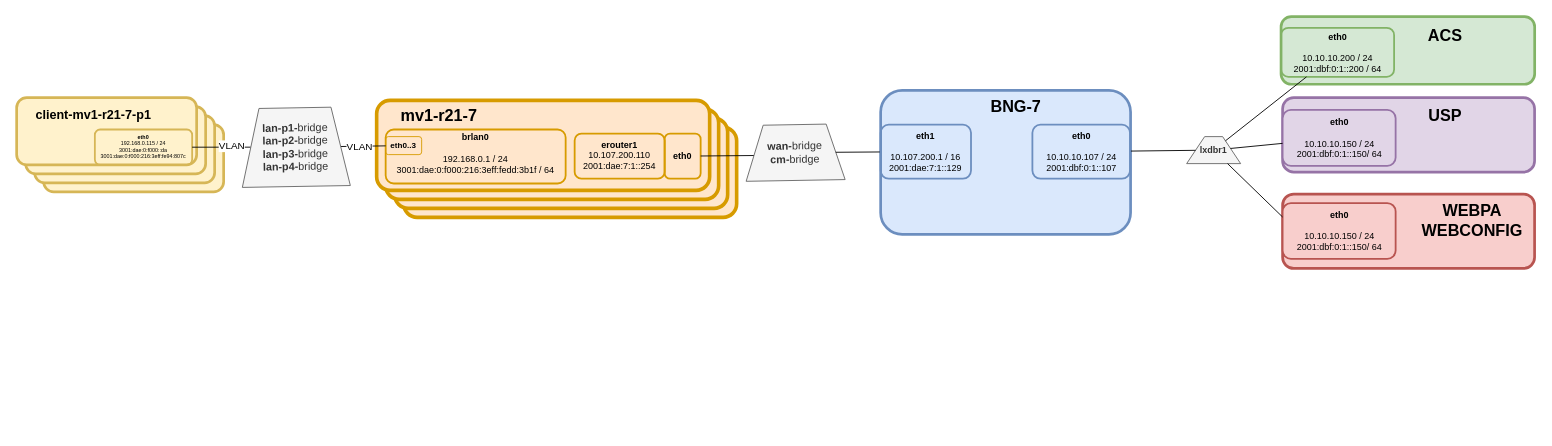
robvogelaar/robvogelaar.github.io keeps this draw.io diagram as page "Page-2" (2 of 2) of drawio/containers.drawio. Above is the earlier version. Source tidied: cells renumbered, new cells numbered last; positions are measured from the earlier drawing's top-left corner, leaving out a move shared by most shapes. Both pictures are drawn from the tidied source at 90%, with x=0, y=0 at pixel (16, 16).
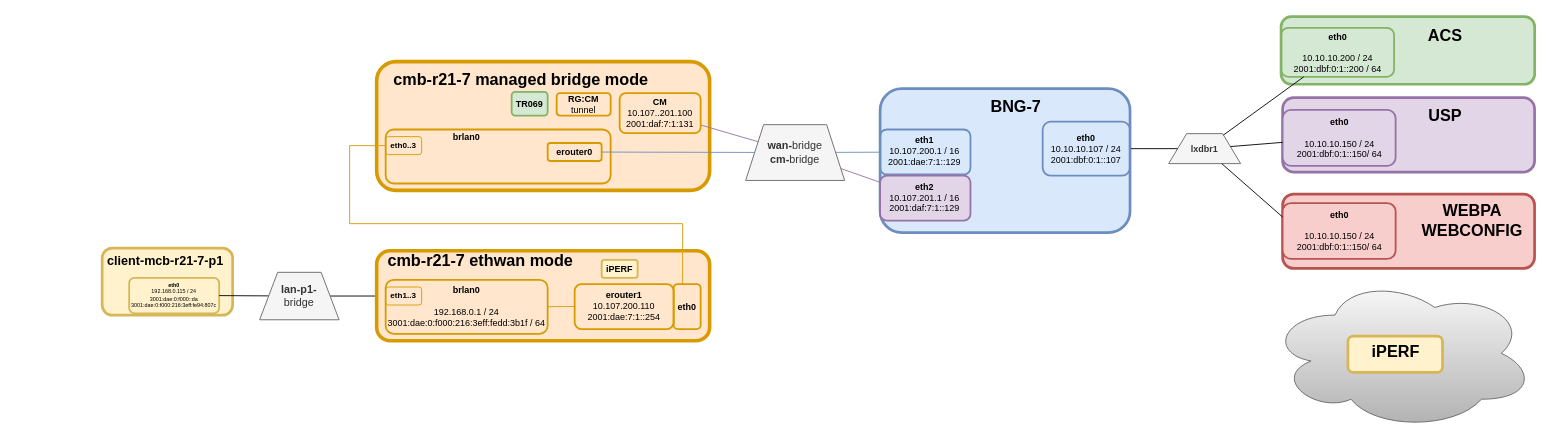
The same diagram, later.

The change refers to these unchanged cells:
```xml
<mxCell id="12" value="&lt;b style=&quot;font-size: 9px;&quot;&gt;eth0..3&lt;/b&gt;" style="rounded=1;whiteSpace=wrap;html=1;fillColor=none;strokeColor=#d79b00;fontSize=9;" parent="1" vertex="1">
  <mxGeometry x="410" y="133.3" width="40" height="20" as="geometry" />
</mxCell>
<mxCell id="37" style="endArrow=none;html=1;rounded=0;fontSize=9;exitX=1;exitY=0.5;exitDx=0;exitDy=0;" parent="1" edge="1" source="35" target="39">
  <mxGeometry relative="1" as="geometry" />
</mxCell>
```

Diff of the diagram source:
```diff
@@
-    <mxCell id="2" style="rounded=1;whiteSpace=wrap;html=1;fillColor=#ffe6cc;strokeColor=#d79b00;fillStyle=auto;strokeWidth=4;fontSize=9;" parent="1" vertex="1">
-      <mxGeometry x="430" y="123" width="370" height="100" as="geometry" />
-    </mxCell>
-    <mxCell id="3" style="rounded=1;whiteSpace=wrap;html=1;fillColor=#ffe6cc;strokeColor=#d79b00;fillStyle=auto;strokeWidth=4;fontSize=9;" parent="1" vertex="1">
-      <mxGeometry x="420" y="113" width="370" height="100" as="geometry" />
-    </mxCell>
-    <mxCell id="4" style="rounded=1;whiteSpace=wrap;html=1;fillColor=#ffe6cc;strokeColor=#d79b00;fillStyle=auto;strokeWidth=4;fontSize=9;" parent="1" vertex="1">
-      <mxGeometry x="410" y="103" width="370" height="100" as="geometry" />
-    </mxCell>
-    <mxCell id="5" style="rounded=1;whiteSpace=wrap;html=1;fillColor=#fff2cc;strokeColor=#d6b656;strokeWidth=3;fontSize=9;" parent="1" vertex="1">
-      <mxGeometry x="30" y="120" width="200" height="74.6" as="geometry" />
-    </mxCell>
-    <mxCell id="6" style="rounded=1;whiteSpace=wrap;html=1;fillColor=#fff2cc;strokeColor=#d6b656;strokeWidth=3;fontSize=9;" parent="1" vertex="1">
-      <mxGeometry x="20" y="110" width="200" height="74.6" as="geometry" />
-    </mxCell>
-    <mxCell id="7" style="rounded=1;whiteSpace=wrap;html=1;fillColor=#fff2cc;strokeColor=#d6b656;strokeWidth=3;fontSize=9;" parent="1" vertex="1">
-      <mxGeometry x="10" y="100" width="200" height="74.6" as="geometry" />
-    </mxCell>
+    <mxCell id="44" style="ellipse;shape=cloud;whiteSpace=wrap;html=1;fontSize=9;fillColor=#f5f5f5;gradientColor=#b3b3b3;strokeColor=#666666;" parent="1" vertex="1">
+      <mxGeometry x="1390.9" y="289.1" width="295.8" height="170" as="geometry" />
+    </mxCell>
     <mxCell id="8" style="rounded=1;whiteSpace=wrap;html=1;fillColor=#ffe6cc;strokeColor=#d79b00;fillStyle=auto;strokeWidth=4;fontSize=9;" parent="1" vertex="1">
-      <mxGeometry x="400" y="93" width="370" height="100" as="geometry" />
+      <mxGeometry x="400" y="50" width="370" height="143" as="geometry" />
     </mxCell>
-    <mxCell id="9" value="&lt;b style=&quot;font-size: 18px;&quot;&gt;mv1-r21-7&lt;/b&gt;" style="text;html=1;align=center;verticalAlign=middle;strokeColor=none;fillColor=none;fontSize=18;fontColor=default;fontStyle=0;" parent="1" vertex="1">
-      <mxGeometry x="414.1" y="90" width="110" height="40" as="geometry" />
+    <mxCell id="9" value="&lt;b style=&quot;font-size: 18px;&quot;&gt;cmb-r21-7 managed bridge mode&lt;/b&gt;" style="text;html=1;align=center;verticalAlign=middle;strokeColor=none;fillColor=none;fontSize=18;fontColor=default;fontStyle=0;" parent="1" vertex="1">
+      <mxGeometry x="405" y="50" width="310" height="40" as="geometry" />
     </mxCell>
     <mxCell id="10" style="rounded=1;whiteSpace=wrap;html=1;fillColor=none;strokeColor=#d79b00;strokeWidth=2;fontSize=9;" parent="1" vertex="1">
-      <mxGeometry x="410" y="125.4" width="200" height="60" as="geometry" />
+      <mxGeometry x="410" y="125.4" width="250" height="60" as="geometry" />
     </mxCell>
-    <mxCell id="11" value="&lt;font style=&quot;&quot;&gt;brlan0&lt;br&gt;&lt;span style=&quot;font-weight: normal;&quot;&gt;&lt;br&gt;192.168.0.1 / 24&lt;/span&gt;&lt;br&gt;&lt;span style=&quot;font-weight: 400;&quot;&gt;3001:dae:0:f000:216:3eff:fedd:3b1f&lt;/span&gt;&lt;span style=&quot;font-weight: normal;&quot;&gt;&amp;nbsp;/ 64&lt;/span&gt;&lt;br style=&quot;font-size: 10px;&quot;&gt;&lt;/font&gt;" style="text;strokeColor=none;align=center;fillColor=none;html=1;verticalAlign=top;whiteSpace=wrap;rounded=1;fontSize=10;fontStyle=1;" parent="1" vertex="1">
-      <mxGeometry x="410" y="122" width="200" height="60" as="geometry" />
+    <mxCell id="11" value="&lt;font style=&quot;&quot;&gt;brlan0&lt;br style=&quot;font-size: 10px;&quot;&gt;&lt;/font&gt;" style="text;strokeColor=none;align=center;fillColor=none;html=1;verticalAlign=top;whiteSpace=wrap;rounded=1;fontSize=10;fontStyle=1;" parent="1" vertex="1">
+      <mxGeometry x="410" y="122" width="180" height="60" as="geometry" />
     </mxCell>
@@
-    <mxCell id="13" value="eth0" style="rounded=1;whiteSpace=wrap;html=1;fillColor=none;strokeColor=#d79b00;fontSize=10;fontStyle=1;strokeWidth=2;" parent="1" vertex="1">
-      <mxGeometry x="720" y="130" width="40" height="50" as="geometry" />
-    </mxCell>
-    <mxCell id="14" value="&lt;b style=&quot;font-size: 10px;&quot;&gt;erouter1&lt;br&gt;&lt;/b&gt;10.107.200.110&lt;br&gt;2001:dae:7:1::254" style="rounded=1;whiteSpace=wrap;html=1;align=center;fillColor=none;strokeColor=#d79b00;fontSize=10;strokeWidth=2;verticalAlign=top;" parent="1" vertex="1">
-      <mxGeometry x="620" y="130" width="100" height="50" as="geometry" />
+    <mxCell id="14" value="&lt;b style=&quot;font-size: 10px;&quot;&gt;erouter0&lt;/b&gt;" style="rounded=1;whiteSpace=wrap;html=1;align=center;fillColor=none;strokeColor=#d79b00;fontSize=10;strokeWidth=2;verticalAlign=middle;" parent="1" vertex="1">
+      <mxGeometry x="590" y="140.4" width="60" height="20" as="geometry" />
     </mxCell>
-    <mxCell id="15" value="&lt;b style=&quot;font-size: 12px;&quot;&gt;wan-&lt;/b&gt;bridge&lt;div&gt;&lt;b style=&quot;font-size: 12px;&quot;&gt;cm-&lt;/b&gt;bridge&lt;br&gt;&lt;/div&gt;" style="shape=trapezoid;perimeter=trapezoidPerimeter;whiteSpace=wrap;html=1;fixedSize=1;fontSize=12;fillColor=#f5f5f5;fontColor=#333333;strokeColor=#666666;rotation=-1;verticalAlign=middle;" parent="1" vertex="1">
+    <mxCell id="15" value="&lt;b style=&quot;font-size: 12px;&quot;&gt;wan-&lt;/b&gt;bridge&lt;div&gt;&lt;b style=&quot;font-size: 12px;&quot;&gt;cm-&lt;/b&gt;bridge&lt;br&gt;&lt;/div&gt;" style="shape=trapezoid;perimeter=trapezoidPerimeter;whiteSpace=wrap;html=1;fixedSize=1;fontSize=12;fillColor=#f5f5f5;fontColor=#333333;strokeColor=#666666;rotation=0;verticalAlign=middle;" parent="1" vertex="1">
       <mxGeometry x="810" y="120" width="110" height="62" as="geometry" />
     </mxCell>
@@
-    <mxCell id="18" style="endArrow=none;html=1;rounded=0;fontSize=9;" parent="1" edge="1" source="39" target="12">
+    <mxCell id="18" style="endArrow=none;html=1;rounded=0;fontSize=9;" parent="1" edge="1" source="39" target="51">
       <mxGeometry relative="1" as="geometry" />
     </mxCell>
-    <mxCell id="19" value="VLAN" style="edgeLabel;html=1;align=center;verticalAlign=middle;" parent="18" vertex="1">
-      <mxGeometry x="-0.2" relative="1" as="geometry" />
-    </mxCell>
-    <mxCell id="20" style="endArrow=none;html=1;rounded=0;fontSize=9;" parent="1" edge="1" target="13">
-      <mxGeometry relative="1" as="geometry">
-        <mxPoint x="819" y="154.3" as="sourcePoint" />
-      </mxGeometry>
+    <mxCell id="20" style="endArrow=none;html=1;rounded=0;fontSize=9;fillColor=#dae8fc;strokeColor=#6c8ebf;" parent="1" edge="1" source="15" target="14">
+      <mxGeometry relative="1" as="geometry" />
     </mxCell>
     <mxCell id="21" style="rounded=1;whiteSpace=wrap;html=1;fillColor=#dae8fc;strokeColor=#6c8ebf;strokeWidth=3;fontSize=9;" parent="1" vertex="1">
-      <mxGeometry x="960" y="81.9" width="277.7" height="160" as="geometry" />
+      <mxGeometry x="959.4" y="80" width="277.7" height="160" as="geometry" />
     </mxCell>
-    <mxCell id="22" style="endArrow=none;html=1;rounded=0;fontSize=9;" parent="1" edge="1" source="15" target="29">
+    <mxCell id="22" style="endArrow=none;html=1;rounded=0;fontSize=9;fillColor=#dae8fc;strokeColor=#6c8ebf;" parent="1" edge="1" source="15" target="29">
       <mxGeometry relative="1" as="geometry" />
     </mxCell>
@@
     <mxCell id="25" value="&lt;font style=&quot;font-size: 10px;&quot;&gt;&lt;font style=&quot;font-size: 10px;&quot;&gt;lxdbr1&lt;/font&gt;&lt;/font&gt;" style="shape=trapezoid;perimeter=trapezoidPerimeter;whiteSpace=wrap;html=1;fixedSize=1;fontSize=10;fontStyle=1;fillColor=#f5f5f5;fontColor=#333333;strokeColor=#666666;" parent="1" vertex="1">
-      <mxGeometry x="1300" y="133.3" width="60" height="30" as="geometry" />
+      <mxGeometry x="1280" y="130" width="80" height="33.3" as="geometry" />
     </mxCell>
@@
-    <mxCell id="27" value="eth0&lt;br style=&quot;font-size: 10px;&quot;&gt;&lt;br style=&quot;font-size: 10px;&quot;&gt;&lt;span style=&quot;font-weight: normal;&quot;&gt;10.10.10.107 / 24&lt;/span&gt;&lt;br&gt;&lt;span style=&quot;font-weight: 400;&quot;&gt;2001:dbf:0:1::107&lt;/span&gt;" style="rounded=1;whiteSpace=wrap;html=1;fillColor=none;strokeColor=#6c8ebf;fontSize=10;fontStyle=1;strokeWidth=2;" parent="1" vertex="1">
-      <mxGeometry x="1128.6" y="120" width="108.5" height="60" as="geometry" />
+    <mxCell id="27" value="eth0&lt;br style=&quot;font-size: 10px;&quot;&gt;&lt;span style=&quot;font-weight: normal;&quot;&gt;10.10.10.107 / 24&lt;/span&gt;&lt;br&gt;&lt;span style=&quot;font-weight: 400;&quot;&gt;2001:dbf:0:1::107&lt;/span&gt;" style="rounded=1;whiteSpace=wrap;html=1;fillColor=none;strokeColor=#6c8ebf;fontSize=10;fontStyle=1;strokeWidth=2;" parent="1" vertex="1">
+      <mxGeometry x="1140" y="116.7" width="97.1" height="60" as="geometry" />
     </mxCell>
@@
-    <mxCell id="29" value="eth1&lt;br&gt;&lt;br&gt;&lt;span style=&quot;font-weight: normal;&quot;&gt;10.107.200.1 / 16&lt;/span&gt;&lt;br&gt;&lt;span style=&quot;font-weight: normal;&quot;&gt;2001:dae:7:1::129&lt;/span&gt;" style="rounded=1;whiteSpace=wrap;html=1;fillColor=none;strokeColor=#6c8ebf;fontSize=10;fontStyle=1;strokeWidth=2;verticalAlign=top;" parent="1" vertex="1">
-      <mxGeometry x="960" y="120" width="100.4" height="60" as="geometry" />
+    <mxCell id="29" value="eth1&lt;br&gt;&lt;span style=&quot;font-weight: normal;&quot;&gt;10.107.200.1 / 16&lt;/span&gt;&lt;br&gt;&lt;span style=&quot;font-weight: normal;&quot;&gt;2001:dae:7:1::129&lt;/span&gt;" style="rounded=1;whiteSpace=wrap;html=1;fillColor=none;strokeColor=#6c8ebf;fontSize=10;fontStyle=1;strokeWidth=2;verticalAlign=top;" parent="1" vertex="1">
+      <mxGeometry x="959.4" y="125.4" width="100.4" height="50" as="geometry" />
     </mxCell>
@@
     <mxCell id="34" style="rounded=1;whiteSpace=wrap;html=1;fillColor=#fff2cc;strokeColor=#d6b656;strokeWidth=3;fontSize=9;" parent="1" vertex="1">
-      <mxGeometry y="90" width="200" height="74.6" as="geometry" />
+      <mxGeometry x="95" y="257.1" width="145" height="74.6" as="geometry" />
     </mxCell>
     <mxCell id="35" value="&lt;font style=&quot;font-size: 6px;&quot;&gt;eth0&lt;br style=&quot;font-size: 6px;&quot;&gt;&lt;span style=&quot;font-size: 6px; font-weight: normal;&quot;&gt;192.168.0.115 / 24&lt;br style=&quot;font-size: 6px;&quot;&gt;&lt;/span&gt;&lt;span style=&quot;font-weight: normal; font-size: 6px;&quot;&gt;3001:dae:0:f000::da&lt;br style=&quot;font-size: 6px;&quot;&gt;3001:dae:0:f000:216:3eff:fe94:807c&lt;/span&gt;&lt;br style=&quot;font-size: 6px;&quot;&gt;&lt;/font&gt;" style="rounded=1;whiteSpace=wrap;html=1;fillColor=none;strokeColor=#d6b656;fontSize=6;fontStyle=1;strokeWidth=2;" parent="1" vertex="1">
-      <mxGeometry x="86.9" y="125.4" width="108.1" height="39.3" as="geometry" />
+      <mxGeometry x="125" y="290.3" width="100" height="39.3" as="geometry" />
     </mxCell>
-    <mxCell id="36" value="&lt;b style=&quot;font-size: 14px;&quot;&gt;client-mv1-r21-7-p1&lt;/b&gt;" style="text;html=1;align=center;verticalAlign=middle;strokeColor=none;fillColor=none;fontSize=14;fontStyle=0;" parent="1" vertex="1">
-      <mxGeometry x="10" y="93.9" width="150" height="30" as="geometry" />
+    <mxCell id="36" value="&lt;b style=&quot;font-size: 14px;&quot;&gt;client-mcb-r21-7-p1&lt;/b&gt;" style="text;html=1;align=center;verticalAlign=middle;strokeColor=none;fillColor=none;fontSize=14;fontStyle=0;" parent="1" vertex="1">
+      <mxGeometry x="90" y="257.1" width="150" height="30" as="geometry" />
     </mxCell>
@@
-    <mxCell id="38" value="VLAN" style="edgeLabel;html=1;align=center;verticalAlign=middle;" parent="37" vertex="1">
-      <mxGeometry x="0.36" y="2" relative="1" as="geometry" />
-    </mxCell>
-    <mxCell id="39" value="&lt;b style=&quot;font-size: 12px;&quot;&gt;lan-p1-&lt;/b&gt;bridge&lt;div&gt;&lt;b style=&quot;font-size: 12px;&quot;&gt;lan-p2-&lt;/b&gt;bridge&lt;br style=&quot;font-size: 12px;&quot;&gt;&lt;b&gt;lan-p3-&lt;/b&gt;bridge&lt;br&gt;&lt;/div&gt;&lt;div&gt;&lt;b&gt;lan-p4-&lt;/b&gt;bridge&lt;br&gt;&lt;/div&gt;" style="shape=trapezoid;perimeter=trapezoidPerimeter;whiteSpace=wrap;html=1;fixedSize=1;fontSize=12;fillColor=#f5f5f5;fontColor=#333333;strokeColor=#666666;rotation=-1;" parent="1" vertex="1">
-      <mxGeometry x="250" y="101.3" width="120" height="87.4" as="geometry" />
+    <mxCell id="39" value="&lt;b style=&quot;font-size: 12px;&quot;&gt;lan-p1-&lt;/b&gt;&lt;div&gt;bridge&lt;/div&gt;" style="shape=trapezoid;perimeter=trapezoidPerimeter;whiteSpace=wrap;html=1;fixedSize=1;fontSize=12;fillColor=#f5f5f5;fontColor=#333333;strokeColor=#666666;rotation=0;" parent="1" vertex="1">
+      <mxGeometry x="270" y="284.1" width="88.3" height="52.7" as="geometry" />
     </mxCell>
@@
+    <mxCell id="45" style="rounded=1;whiteSpace=wrap;html=1;fillColor=#fff2cc;strokeColor=#d6b656;strokeWidth=3;fontSize=9;" parent="1" vertex="1">
+      <mxGeometry x="1479.2" y="355" width="105.1" height="40.3" as="geometry" />
+    </mxCell>
+    <mxCell id="46" value="&lt;b style=&quot;font-size: 18px;&quot;&gt;iPERF&lt;/b&gt;" style="text;html=1;align=center;verticalAlign=middle;strokeColor=none;fillColor=none;fontSize=18;fontStyle=0;fontColor=default;" parent="1" vertex="1">
+      <mxGeometry x="1492" y="352.9" width="80" height="40" as="geometry" />
+    </mxCell>
+    <mxCell id="47" style="rounded=1;whiteSpace=wrap;html=1;fillColor=#ffe6cc;strokeColor=#d79b00;fillStyle=auto;strokeWidth=4;fontSize=9;" parent="1" vertex="1">
+      <mxGeometry x="400" y="260.1" width="370" height="100" as="geometry" />
+    </mxCell>
+    <mxCell id="48" value="&lt;b style=&quot;font-size: 18px;&quot;&gt;cmb-r21-7 ethwan mode&lt;/b&gt;" style="text;html=1;align=center;verticalAlign=middle;strokeColor=none;fillColor=none;fontSize=18;fontColor=default;fontStyle=0;" parent="1" vertex="1">
+      <mxGeometry x="400" y="252.4" width="230" height="40" as="geometry" />
+    </mxCell>
+    <mxCell id="49" style="rounded=1;whiteSpace=wrap;html=1;fillColor=none;strokeColor=#d79b00;strokeWidth=2;fontSize=9;" parent="1" vertex="1">
+      <mxGeometry x="410" y="292.4" width="180" height="60" as="geometry" />
+    </mxCell>
+    <mxCell id="50" value="&lt;font style=&quot;&quot;&gt;brlan0&lt;br&gt;&lt;span style=&quot;font-weight: normal;&quot;&gt;&lt;br&gt;192.168.0.1 / 24&lt;/span&gt;&lt;br&gt;&lt;span style=&quot;font-weight: 400;&quot;&gt;3001:dae:0:f000:216:3eff:fedd:3b1f&lt;/span&gt;&lt;span style=&quot;font-weight: normal;&quot;&gt;&amp;nbsp;/ 64&lt;/span&gt;&lt;br style=&quot;font-size: 10px;&quot;&gt;&lt;/font&gt;" style="text;strokeColor=none;align=center;fillColor=none;html=1;verticalAlign=top;whiteSpace=wrap;rounded=1;fontSize=10;fontStyle=1;" parent="1" vertex="1">
+      <mxGeometry x="410" y="292.4" width="180" height="60" as="geometry" />
+    </mxCell>
+    <mxCell id="51" value="&lt;b style=&quot;font-size: 9px;&quot;&gt;eth1..3&lt;/b&gt;" style="rounded=1;whiteSpace=wrap;html=1;fillColor=none;strokeColor=#d79b00;fontSize=9;" parent="1" vertex="1">
+      <mxGeometry x="410" y="300.4" width="40" height="20" as="geometry" />
+    </mxCell>
+    <mxCell id="13" value="eth0" style="rounded=1;whiteSpace=wrap;html=1;fillColor=none;strokeColor=#d79b00;fontSize=10;fontStyle=1;strokeWidth=2;" parent="1" vertex="1">
+      <mxGeometry x="730" y="297.1" width="30" height="50" as="geometry" />
+    </mxCell>
+    <mxCell id="52" style="edgeStyle=orthogonalEdgeStyle;rounded=0;jettySize=auto;html=1;fillColor=#ffe6cc;strokeColor=#d79b00;endArrow=none;" parent="1" edge="1" source="53" target="50">
+      <mxGeometry relative="1" as="geometry" />
+    </mxCell>
+    <mxCell id="53" value="&lt;b style=&quot;font-size: 10px;&quot;&gt;erouter1&lt;br&gt;&lt;/b&gt;10.107.200.110&lt;br&gt;2001:dae:7:1::254" style="rounded=1;whiteSpace=wrap;html=1;align=center;fillColor=none;strokeColor=#d79b00;fontSize=10;strokeWidth=2;verticalAlign=top;" parent="1" vertex="1">
+      <mxGeometry x="620" y="297.1" width="110" height="50" as="geometry" />
+    </mxCell>
+    <mxCell id="54" style="edgeStyle=orthogonalEdgeStyle;rounded=0;jettySize=auto;html=1;endArrow=none;fillColor=#ffe6cc;strokeColor=#d79b00;" parent="1" edge="1" source="12" target="13">
+      <mxGeometry relative="1" as="geometry">
+        <Array as="points">
+          <mxPoint x="370" y="143" />
+          <mxPoint x="370" y="230" />
+          <mxPoint x="740" y="230" />
+        </Array>
+      </mxGeometry>
+    </mxCell>
+    <mxCell id="55" value="eth2&lt;br&gt;&lt;span style=&quot;font-weight: normal;&quot;&gt;10.107.201.1 / 16&lt;/span&gt;&lt;br&gt;&lt;span style=&quot;font-weight: normal;&quot;&gt;2001:daf:7:1::129&lt;/span&gt;" style="rounded=1;whiteSpace=wrap;html=1;fillColor=#e1d5e7;strokeColor=#9673a6;fontSize=10;fontStyle=1;strokeWidth=2;verticalAlign=top;" parent="1" vertex="1">
+      <mxGeometry x="959.4" y="176.7" width="100.4" height="50" as="geometry" />
+    </mxCell>
+    <mxCell id="56" style="endArrow=none;html=1;rounded=0;fontSize=9;fillColor=#e1d5e7;strokeColor=#9673a6;" parent="1" edge="1" source="15" target="55">
+      <mxGeometry relative="1" as="geometry" />
+    </mxCell>
+    <mxCell id="57" style="endArrow=none;html=1;rounded=0;fontSize=9;fillColor=#e1d5e7;strokeColor=#9673a6;" parent="1" edge="1" source="15" target="58">
+      <mxGeometry relative="1" as="geometry" />
+    </mxCell>
+    <mxCell id="58" value="CM&lt;div&gt;&lt;span style=&quot;font-weight: normal;&quot;&gt;10.107..201.100&lt;/span&gt;&lt;/div&gt;&lt;div&gt;&lt;span style=&quot;font-weight: normal;&quot;&gt;2001:daf:7:1:131&lt;/span&gt;&lt;/div&gt;" style="rounded=1;whiteSpace=wrap;html=1;fillColor=none;strokeColor=#d79b00;fontSize=10;fontStyle=1;strokeWidth=2;" parent="1" vertex="1">
+      <mxGeometry x="670" y="84.9" width="90" height="44.6" as="geometry" />
+    </mxCell>
+    <mxCell id="59" value="TR069" style="rounded=1;whiteSpace=wrap;html=1;fillColor=#d5e8d4;strokeColor=#82b366;fontSize=10;fontStyle=1;strokeWidth=2;" parent="1" vertex="1">
+      <mxGeometry x="550" y="83.6" width="40" height="26.4" as="geometry" />
+    </mxCell>
+    <mxCell id="60" value="iPERF" style="rounded=1;whiteSpace=wrap;html=1;fillColor=#fff2cc;strokeColor=#d6b656;fontSize=10;fontStyle=1;strokeWidth=2;" parent="1" vertex="1">
+      <mxGeometry x="650" y="270.3" width="40" height="20" as="geometry" />
+    </mxCell>
+    <mxCell id="61" value="&lt;b style=&quot;font-size: 10px;&quot;&gt;RG:CM&lt;/b&gt;&lt;div&gt;&lt;span style=&quot;font-size: 10px;&quot;&gt;tunnel&lt;/span&gt;&lt;/div&gt;" style="rounded=1;whiteSpace=wrap;html=1;align=center;fillColor=none;strokeColor=#d79b00;fontSize=10;strokeWidth=2;verticalAlign=middle;" parent="1" vertex="1">
+      <mxGeometry x="600" y="84.9" width="60" height="25.1" as="geometry" />
+    </mxCell>
```
